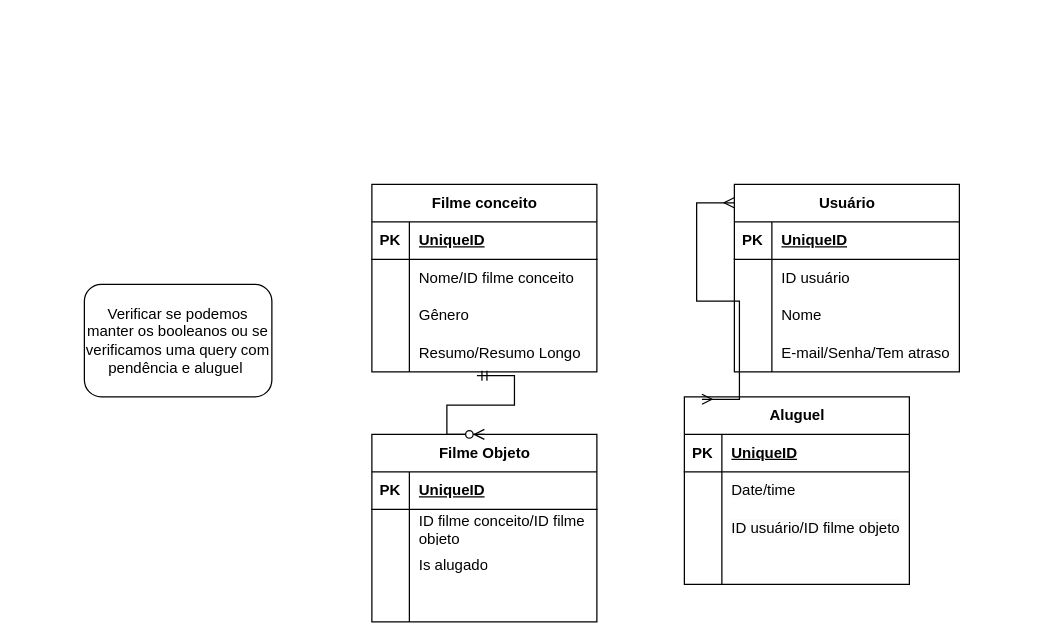
The draw.io diagram Locadora.drawio in bernardobrack/ada-projeto-locadora-de-filmes, before the edit. Source tidied: cells renumbered, new cells numbered last; positions are measured from the earlier drawing's top-left corner, leaving out a move shared by most shapes. Both pictures are drawn from the tidied source at 125%, with x=0, y=0 at pixel (84, 184).
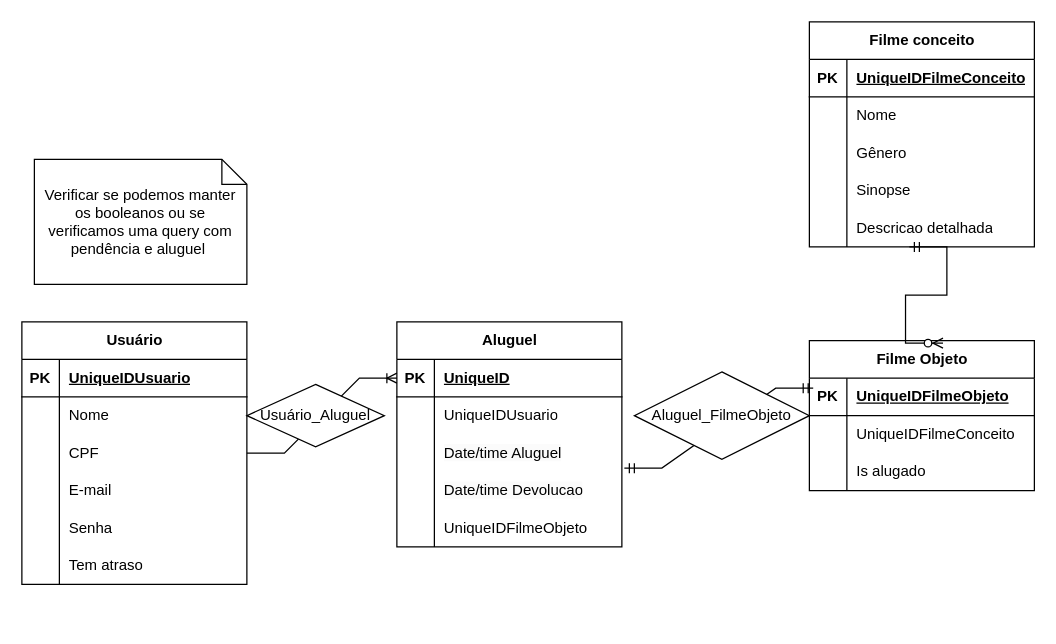
Above is the later version.

The change refers to these unchanged cells:
```xml
<mxCell id="3" style="shape=tableRow;horizontal=0;startSize=0;swimlaneHead=0;swimlaneBody=0;fillColor=none;top=0;left=0;right=0;bottom=1;" parent="2" vertex="1">
  <mxGeometry y="30" width="180" height="30" as="geometry" />
</mxCell>
<mxCell id="6" style="shape=tableRow;horizontal=0;startSize=0;swimlaneHead=0;swimlaneBody=0;fillColor=none;top=0;left=0;right=0;bottom=0;" parent="2" vertex="1">
  <mxGeometry y="60" width="180" height="30" as="geometry" />
</mxCell>
<mxCell id="12" style="shape=tableRow;horizontal=0;startSize=0;swimlaneHead=0;swimlaneBody=0;fillColor=none;points=[[0,0.5],[1,0.5]];portConstraint=eastwest;top=0;left=0;right=0;bottom=0;" parent="2" vertex="1">
  <mxGeometry y="120" width="180" height="30" as="geometry" />
</mxCell>
<mxCell id="16" style="shape=tableRow;horizontal=0;startSize=0;swimlaneHead=0;swimlaneBody=0;fillColor=none;points=[[0,0.5],[1,0.5]];portConstraint=eastwest;top=0;left=0;right=0;bottom=1;" parent="15" vertex="1">
  <mxGeometry y="30" width="180" height="30" as="geometry" />
</mxCell>
<mxCell id="29" style="shape=tableRow;horizontal=0;startSize=0;swimlaneHead=0;swimlaneBody=0;fillColor=none;top=0;left=0;right=0;bottom=1;" parent="28" vertex="1">
  <mxGeometry y="30" width="180" height="30" as="geometry" />
</mxCell>
<mxCell id="38" style="shape=tableRow;horizontal=0;startSize=0;swimlaneHead=0;swimlaneBody=0;fillColor=none;top=0;left=0;right=0;bottom=0;" parent="28" vertex="1">
  <mxGeometry y="120" width="180" height="30" as="geometry" />
</mxCell>
<mxCell id="43" style="shape=tableRow;horizontal=0;startSize=0;swimlaneHead=0;swimlaneBody=0;fillColor=none;points=[[0,0.5],[1,0.5]];portConstraint=eastwest;top=0;left=0;right=0;bottom=1;" parent="42" vertex="1">
  <mxGeometry y="30" width="180" height="30" as="geometry" />
</mxCell>
```

Change to the diagram source:
```diff
@@
     <mxCell id="2" value="Filme conceito" style="shape=table;startSize=30;childLayout=tableLayout;rowLines=0;fontStyle=1;align=center;html=1;" parent="1" vertex="1">
-      <mxGeometry x="230" width="180" height="150" as="geometry" />
+      <mxGeometry x="580" y="-130" width="180" height="180" as="geometry" />
     </mxCell>
@@
-    <mxCell id="5" value="UniqueID" style="shape=partialRectangle;fillColor=none;top=0;left=0;bottom=0;right=0;align=left;spacingLeft=6;fontStyle=5;overflow=hidden;whiteSpace=wrap;html=1;" parent="3" vertex="1">
+    <mxCell id="5" value="UniqueIDFilmeConceito" style="shape=partialRectangle;fillColor=none;top=0;left=0;bottom=0;right=0;align=left;spacingLeft=6;fontStyle=5;overflow=hidden;whiteSpace=wrap;html=1;" parent="3" vertex="1">
       <mxGeometry x="30" width="150" height="30" as="geometry" />
     </mxCell>
@@
-    <mxCell id="8" value="Nome/ID filme conceito" style="shape=partialRectangle;fillColor=none;top=0;left=0;bottom=0;right=0;align=left;spacingLeft=6;overflow=hidden;whiteSpace=wrap;html=1;" parent="6" vertex="1">
+    <mxCell id="8" value="Nome" style="shape=partialRectangle;fillColor=none;top=0;left=0;bottom=0;right=0;align=left;spacingLeft=6;overflow=hidden;whiteSpace=wrap;html=1;" parent="6" vertex="1">
       <mxGeometry x="30" width="150" height="30" as="geometry" />
     </mxCell>
@@
-    <mxCell id="14" value="Resumo/Resumo Longo" style="shape=partialRectangle;fillColor=none;top=0;left=0;bottom=0;right=0;align=left;spacingLeft=6;overflow=hidden;whiteSpace=wrap;html=1;" parent="12" vertex="1">
+    <mxCell id="14" value="Sinopse" style="shape=partialRectangle;fillColor=none;top=0;left=0;bottom=0;right=0;align=left;spacingLeft=6;overflow=hidden;whiteSpace=wrap;html=1;" parent="12" vertex="1">
       <mxGeometry x="30" width="150" height="30" as="geometry" />
     </mxCell>
+    <mxCell id="57" style="shape=tableRow;horizontal=0;startSize=0;swimlaneHead=0;swimlaneBody=0;fillColor=none;top=0;left=0;right=0;bottom=0;" parent="2" vertex="1">
+      <mxGeometry y="150" width="180" height="30" as="geometry" />
+    </mxCell>
+    <mxCell id="58" style="shape=partialRectangle;fillColor=none;top=0;left=0;bottom=0;right=0;overflow=hidden;whiteSpace=wrap;html=1;" parent="57" vertex="1">
+      <mxGeometry width="30" height="30" as="geometry" />
+    </mxCell>
+    <mxCell id="59" value="Descricao detalhada" style="shape=partialRectangle;fillColor=none;top=0;left=0;bottom=0;right=0;align=left;spacingLeft=6;overflow=hidden;whiteSpace=wrap;html=1;" parent="57" vertex="1">
+      <mxGeometry x="30" width="150" height="30" as="geometry" />
+    </mxCell>
     <mxCell id="15" value="Aluguel" style="shape=table;startSize=30;childLayout=tableLayout;rowLines=0;fontStyle=1;align=center;html=1;" parent="1" vertex="1">
-      <mxGeometry x="480" y="170" width="180" height="150" as="geometry" />
+      <mxGeometry x="250" y="110" width="180" height="180" as="geometry" />
     </mxCell>
@@
+    <mxCell id="22" style="shape=tableRow;horizontal=0;startSize=0;swimlaneHead=0;swimlaneBody=0;fillColor=none;top=0;left=0;right=0;bottom=0;" parent="15" vertex="1">
+      <mxGeometry y="60" width="180" height="30" as="geometry" />
+    </mxCell>
+    <mxCell id="23" style="shape=partialRectangle;fillColor=none;top=0;left=0;bottom=0;right=0;overflow=hidden;whiteSpace=wrap;html=1;" parent="22" vertex="1">
+      <mxGeometry width="30" height="30" as="geometry" />
+    </mxCell>
+    <mxCell id="24" value="UniqueIDUsuario" style="shape=partialRectangle;fillColor=none;top=0;left=0;bottom=0;right=0;align=left;spacingLeft=6;overflow=hidden;whiteSpace=wrap;html=1;" parent="22" vertex="1">
+      <mxGeometry x="30" width="150" height="30" as="geometry" />
+    </mxCell>
     <mxCell id="19" style="shape=tableRow;horizontal=0;startSize=0;swimlaneHead=0;swimlaneBody=0;fillColor=none;points=[[0,0.5],[1,0.5]];portConstraint=eastwest;top=0;left=0;right=0;bottom=0;" parent="15" vertex="1">
-      <mxGeometry y="60" width="180" height="30" as="geometry" />
+      <mxGeometry y="90" width="180" height="30" as="geometry" />
     </mxCell>
@@
-    <mxCell id="21" value="&lt;span style=&quot;color: rgb(0, 0, 0); font-family: Helvetica; font-size: 12px; font-style: normal; font-variant-ligatures: normal; font-variant-caps: normal; font-weight: 400; letter-spacing: normal; orphans: 2; text-align: left; text-indent: 0px; text-transform: none; widows: 2; word-spacing: 0px; -webkit-text-stroke-width: 0px; white-space: normal; background-color: rgb(251, 251, 251); text-decoration-thickness: initial; text-decoration-style: initial; text-decoration-color: initial; display: inline !important; float: none;&quot;&gt;Date/time&lt;/span&gt;" style="shape=partialRectangle;fillColor=none;top=0;left=0;bottom=0;right=0;align=left;spacingLeft=6;overflow=hidden;whiteSpace=wrap;html=1;" parent="19" vertex="1">
+    <mxCell id="21" value="&lt;span style=&quot;color: rgb(0, 0, 0); font-family: Helvetica; font-size: 12px; font-style: normal; font-variant-ligatures: normal; font-variant-caps: normal; font-weight: 400; letter-spacing: normal; orphans: 2; text-align: left; text-indent: 0px; text-transform: none; widows: 2; word-spacing: 0px; -webkit-text-stroke-width: 0px; white-space: normal; background-color: rgb(251, 251, 251); text-decoration-thickness: initial; text-decoration-style: initial; text-decoration-color: initial; display: inline !important; float: none;&quot;&gt;Date/time Aluguel&lt;/span&gt;" style="shape=partialRectangle;fillColor=none;top=0;left=0;bottom=0;right=0;align=left;spacingLeft=6;overflow=hidden;whiteSpace=wrap;html=1;" parent="19" vertex="1">
       <mxGeometry x="30" width="150" height="30" as="geometry" />
     </mxCell>
-    <mxCell id="22" style="shape=tableRow;horizontal=0;startSize=0;swimlaneHead=0;swimlaneBody=0;fillColor=none;top=0;left=0;right=0;bottom=0;" parent="15" vertex="1">
-      <mxGeometry y="90" width="180" height="30" as="geometry" />
-    </mxCell>
-    <mxCell id="23" style="shape=partialRectangle;fillColor=none;top=0;left=0;bottom=0;right=0;overflow=hidden;whiteSpace=wrap;html=1;" parent="22" vertex="1">
-      <mxGeometry width="30" height="30" as="geometry" />
-    </mxCell>
-    <mxCell id="24" value="&lt;span style=&quot;color: rgb(0, 0, 0); font-family: Helvetica; font-size: 12px; font-style: normal; font-variant-ligatures: normal; font-variant-caps: normal; font-weight: 400; letter-spacing: normal; orphans: 2; text-align: left; text-indent: 0px; text-transform: none; widows: 2; word-spacing: 0px; -webkit-text-stroke-width: 0px; white-space: normal; background-color: rgb(251, 251, 251); text-decoration-thickness: initial; text-decoration-style: initial; text-decoration-color: initial; display: inline !important; float: none;&quot;&gt;ID usuário/ID filme objeto&lt;/span&gt;" style="shape=partialRectangle;fillColor=none;top=0;left=0;bottom=0;right=0;align=left;spacingLeft=6;overflow=hidden;whiteSpace=wrap;html=1;" parent="22" vertex="1">
-      <mxGeometry x="30" width="150" height="30" as="geometry" />
-    </mxCell>
+    <mxCell id="60" style="shape=tableRow;horizontal=0;startSize=0;swimlaneHead=0;swimlaneBody=0;fillColor=none;top=0;left=0;right=0;bottom=0;" parent="15" vertex="1">
+      <mxGeometry y="120" width="180" height="30" as="geometry" />
+    </mxCell>
+    <mxCell id="61" style="shape=partialRectangle;fillColor=none;top=0;left=0;bottom=0;right=0;overflow=hidden;whiteSpace=wrap;html=1;" parent="60" vertex="1">
+      <mxGeometry width="30" height="30" as="geometry" />
+    </mxCell>
+    <mxCell id="62" value="&lt;span style=&quot;color: rgb(0, 0, 0); font-family: Helvetica; font-size: 12px; font-style: normal; font-variant-ligatures: normal; font-variant-caps: normal; font-weight: 400; letter-spacing: normal; orphans: 2; text-align: left; text-indent: 0px; text-transform: none; widows: 2; word-spacing: 0px; -webkit-text-stroke-width: 0px; white-space: normal; background-color: rgb(251, 251, 251); text-decoration-thickness: initial; text-decoration-style: initial; text-decoration-color: initial; display: inline !important; float: none;&quot;&gt;Date/time Devolucao&lt;/span&gt;" style="shape=partialRectangle;fillColor=none;top=0;left=0;bottom=0;right=0;align=left;spacingLeft=6;overflow=hidden;whiteSpace=wrap;html=1;" parent="60" vertex="1">
+      <mxGeometry x="30" width="150" height="30" as="geometry" />
+    </mxCell>
     <mxCell id="25" style="shape=tableRow;horizontal=0;startSize=0;swimlaneHead=0;swimlaneBody=0;fillColor=none;top=0;left=0;right=0;bottom=0;" parent="15" vertex="1">
-      <mxGeometry y="120" width="180" height="30" as="geometry" />
+      <mxGeometry y="150" width="180" height="30" as="geometry" />
     </mxCell>
@@
-    <mxCell id="27" style="shape=partialRectangle;fillColor=none;top=0;left=0;bottom=0;right=0;align=left;spacingLeft=6;overflow=hidden;whiteSpace=wrap;html=1;" parent="25" vertex="1">
+    <mxCell id="27" value="UniqueIDFilmeObjeto" style="shape=partialRectangle;fillColor=none;top=0;left=0;bottom=0;right=0;align=left;spacingLeft=6;overflow=hidden;whiteSpace=wrap;html=1;" parent="25" vertex="1">
       <mxGeometry x="30" width="150" height="30" as="geometry" />
     </mxCell>
     <mxCell id="28" value="Usuário" style="shape=table;startSize=30;childLayout=tableLayout;rowLines=0;fontStyle=1;align=center;html=1;" parent="1" vertex="1">
-      <mxGeometry x="520" width="180" height="150" as="geometry" />
+      <mxGeometry x="-50" y="110" width="180" height="210" as="geometry" />
     </mxCell>
@@
-    <mxCell id="31" value="UniqueID" style="shape=partialRectangle;fillColor=none;top=0;left=0;bottom=0;right=0;align=left;spacingLeft=6;fontStyle=5;overflow=hidden;whiteSpace=wrap;html=1;" parent="29" vertex="1">
+    <mxCell id="31" value="UniqueIDUsuario" style="shape=partialRectangle;fillColor=none;top=0;left=0;bottom=0;right=0;align=left;spacingLeft=6;fontStyle=5;overflow=hidden;whiteSpace=wrap;html=1;" parent="29" vertex="1">
       <mxGeometry x="30" width="150" height="30" as="geometry" />
     </mxCell>
-    <mxCell id="32" style="shape=tableRow;horizontal=0;startSize=0;swimlaneHead=0;swimlaneBody=0;fillColor=none;top=0;left=0;right=0;bottom=0;" parent="28" vertex="1">
-      <mxGeometry y="60" width="180" height="30" as="geometry" />
-    </mxCell>
-    <mxCell id="33" style="shape=partialRectangle;fillColor=none;top=0;left=0;bottom=0;right=0;overflow=hidden;whiteSpace=wrap;html=1;" parent="32" vertex="1">
-      <mxGeometry width="30" height="30" as="geometry" />
-    </mxCell>
-    <mxCell id="34" value="ID usuário" style="shape=partialRectangle;fillColor=none;top=0;left=0;bottom=0;right=0;align=left;spacingLeft=6;overflow=hidden;whiteSpace=wrap;html=1;" parent="32" vertex="1">
-      <mxGeometry x="30" width="150" height="30" as="geometry" />
-    </mxCell>
     <mxCell id="35" style="shape=tableRow;horizontal=0;startSize=0;swimlaneHead=0;swimlaneBody=0;fillColor=none;top=0;left=0;right=0;bottom=0;" parent="28" vertex="1">
-      <mxGeometry y="90" width="180" height="30" as="geometry" />
+      <mxGeometry y="60" width="180" height="30" as="geometry" />
     </mxCell>
@@
+    <mxCell id="63" style="shape=tableRow;horizontal=0;startSize=0;swimlaneHead=0;swimlaneBody=0;fillColor=none;points=[[0,0.5],[1,0.5]];portConstraint=eastwest;top=0;left=0;right=0;bottom=0;" parent="28" vertex="1">
+      <mxGeometry y="90" width="180" height="30" as="geometry" />
+    </mxCell>
+    <mxCell id="64" style="shape=partialRectangle;fillColor=none;top=0;left=0;bottom=0;right=0;overflow=hidden;whiteSpace=wrap;html=1;" parent="63" vertex="1">
+      <mxGeometry width="30" height="30" as="geometry" />
+    </mxCell>
+    <mxCell id="65" value="CPF" style="shape=partialRectangle;fillColor=none;top=0;left=0;bottom=0;right=0;align=left;spacingLeft=6;overflow=hidden;whiteSpace=wrap;html=1;" parent="63" vertex="1">
+      <mxGeometry x="30" width="150" height="30" as="geometry" />
+    </mxCell>
@@
-    <mxCell id="40" value="E-mail/Senha/Tem atraso" style="shape=partialRectangle;fillColor=none;top=0;left=0;bottom=0;right=0;align=left;spacingLeft=6;overflow=hidden;whiteSpace=wrap;html=1;" parent="38" vertex="1">
+    <mxCell id="40" value="E-mail" style="shape=partialRectangle;fillColor=none;top=0;left=0;bottom=0;right=0;align=left;spacingLeft=6;overflow=hidden;whiteSpace=wrap;html=1;" parent="38" vertex="1">
       <mxGeometry x="30" width="150" height="30" as="geometry" />
     </mxCell>
-    <mxCell id="41" style="edgeStyle=entityRelationEdgeStyle;fontSize=12;html=1;endArrow=ERmany;startArrow=ERmany;rounded=0;entryX=-0.001;entryY=0.098;entryDx=0;entryDy=0;entryPerimeter=0;exitX=0.078;exitY=0.013;exitDx=0;exitDy=0;exitPerimeter=0;" parent="1" edge="1" source="15" target="28">
-      <mxGeometry relative="1" as="geometry">
-        <Array as="points">
-          <mxPoint x="500" y="130" />
-          <mxPoint x="494" y="130" />
-        </Array>
-      </mxGeometry>
-    </mxCell>
+    <mxCell id="66" style="shape=tableRow;horizontal=0;startSize=0;swimlaneHead=0;swimlaneBody=0;fillColor=none;top=0;left=0;right=0;bottom=0;" parent="28" vertex="1">
+      <mxGeometry y="150" width="180" height="30" as="geometry" />
+    </mxCell>
+    <mxCell id="67" style="shape=partialRectangle;fillColor=none;top=0;left=0;bottom=0;right=0;overflow=hidden;whiteSpace=wrap;html=1;" parent="66" vertex="1">
+      <mxGeometry width="30" height="30" as="geometry" />
+    </mxCell>
+    <mxCell id="68" value="Senha" style="shape=partialRectangle;fillColor=none;top=0;left=0;bottom=0;right=0;align=left;spacingLeft=6;overflow=hidden;whiteSpace=wrap;html=1;" parent="66" vertex="1">
+      <mxGeometry x="30" width="150" height="30" as="geometry" />
+    </mxCell>
+    <mxCell id="69" style="shape=tableRow;horizontal=0;startSize=0;swimlaneHead=0;swimlaneBody=0;fillColor=none;top=0;left=0;right=0;bottom=0;" parent="28" vertex="1">
+      <mxGeometry y="180" width="180" height="30" as="geometry" />
+    </mxCell>
+    <mxCell id="70" style="shape=partialRectangle;fillColor=none;top=0;left=0;bottom=0;right=0;overflow=hidden;whiteSpace=wrap;html=1;" parent="69" vertex="1">
+      <mxGeometry width="30" height="30" as="geometry" />
+    </mxCell>
+    <mxCell id="71" value="Tem atraso" style="shape=partialRectangle;fillColor=none;top=0;left=0;bottom=0;right=0;align=left;spacingLeft=6;overflow=hidden;whiteSpace=wrap;html=1;" parent="69" vertex="1">
+      <mxGeometry x="30" width="150" height="30" as="geometry" />
+    </mxCell>
     <mxCell id="42" value="Filme Objeto" style="shape=table;startSize=30;childLayout=tableLayout;rowLines=0;fontStyle=1;align=center;html=1;" parent="1" vertex="1">
-      <mxGeometry x="230" y="200" width="180" height="150" as="geometry" />
+      <mxGeometry x="580" y="125" width="180" height="120" as="geometry" />
     </mxCell>
@@
-    <mxCell id="45" value="UniqueID" style="shape=partialRectangle;fillColor=none;top=0;left=0;bottom=0;right=0;align=left;spacingLeft=6;fontStyle=5;overflow=hidden;whiteSpace=wrap;html=1;" parent="43" vertex="1">
+    <mxCell id="45" value="UniqueIDFilmeObjeto" style="shape=partialRectangle;fillColor=none;top=0;left=0;bottom=0;right=0;align=left;spacingLeft=6;fontStyle=5;overflow=hidden;whiteSpace=wrap;html=1;" parent="43" vertex="1">
       <mxGeometry x="30" width="150" height="30" as="geometry" />
     </mxCell>
-    <mxCell id="46" style="shape=tableRow;horizontal=0;startSize=0;swimlaneHead=0;swimlaneBody=0;fillColor=none;top=0;left=0;right=0;bottom=0;" parent="42" vertex="1">
-      <mxGeometry y="60" width="180" height="30" as="geometry" />
-    </mxCell>
-    <mxCell id="47" style="shape=partialRectangle;fillColor=none;top=0;left=0;bottom=0;right=0;overflow=hidden;whiteSpace=wrap;html=1;" parent="46" vertex="1">
-      <mxGeometry width="30" height="30" as="geometry" />
-    </mxCell>
-    <mxCell id="48" value="ID filme conceito/ID filme objeto" style="shape=partialRectangle;fillColor=none;top=0;left=0;bottom=0;right=0;align=left;spacingLeft=6;overflow=hidden;whiteSpace=wrap;html=1;" parent="46" vertex="1">
-      <mxGeometry x="30" width="150" height="30" as="geometry" />
-    </mxCell>
+    <mxCell id="52" style="shape=tableRow;horizontal=0;startSize=0;swimlaneHead=0;swimlaneBody=0;fillColor=none;top=0;left=0;right=0;bottom=0;" parent="42" vertex="1">
+      <mxGeometry y="60" width="180" height="30" as="geometry" />
+    </mxCell>
+    <mxCell id="53" style="shape=partialRectangle;fillColor=none;top=0;left=0;bottom=0;right=0;overflow=hidden;whiteSpace=wrap;html=1;" parent="52" vertex="1">
+      <mxGeometry width="30" height="30" as="geometry" />
+    </mxCell>
+    <mxCell id="54" value="UniqueIDFilmeConceito" style="shape=partialRectangle;fillColor=none;top=0;left=0;bottom=0;right=0;align=left;spacingLeft=6;overflow=hidden;whiteSpace=wrap;html=1;" parent="52" vertex="1">
+      <mxGeometry x="30" width="150" height="30" as="geometry" />
+    </mxCell>
@@
-    <mxCell id="52" style="shape=tableRow;horizontal=0;startSize=0;swimlaneHead=0;swimlaneBody=0;fillColor=none;top=0;left=0;right=0;bottom=0;" parent="42" vertex="1">
-      <mxGeometry y="120" width="180" height="30" as="geometry" />
-    </mxCell>
-    <mxCell id="53" style="shape=partialRectangle;fillColor=none;top=0;left=0;bottom=0;right=0;overflow=hidden;whiteSpace=wrap;html=1;" parent="52" vertex="1">
-      <mxGeometry width="30" height="30" as="geometry" />
-    </mxCell>
-    <mxCell id="54" style="shape=partialRectangle;fillColor=none;top=0;left=0;bottom=0;right=0;align=left;spacingLeft=6;overflow=hidden;whiteSpace=wrap;html=1;" parent="52" vertex="1">
-      <mxGeometry x="30" width="150" height="30" as="geometry" />
-    </mxCell>
-    <mxCell id="55" style="edgeStyle=entityRelationEdgeStyle;fontSize=12;html=1;endArrow=ERzeroToMany;startArrow=ERmandOne;rounded=0;exitX=0.467;exitY=1.1;exitDx=0;exitDy=0;exitPerimeter=0;entryX=0.5;entryY=0;entryDx=0;entryDy=0;" parent="1" edge="1" source="12" target="42">
-      <mxGeometry relative="1" as="geometry" />
-    </mxCell>
+    <mxCell id="72" style="edgeStyle=entityRelationEdgeStyle;fontSize=12;html=1;endArrow=ERoneToMany;rounded=0;exitX=1;exitY=0.5;exitDx=0;exitDy=0;entryX=0;entryY=0.5;entryDx=0;entryDy=0;" parent="1" edge="1" source="63" target="16">
+      <mxGeometry relative="1" as="geometry" />
+    </mxCell>
+    <mxCell id="73" value="Usuário_Aluguel" style="shape=rhombus;perimeter=rhombusPerimeter;whiteSpace=wrap;html=1;align=center;" parent="1" vertex="1">
+      <mxGeometry x="130" y="160" width="110" height="50" as="geometry" />
+    </mxCell>
+    <mxCell id="74" style="edgeStyle=entityRelationEdgeStyle;fontSize=12;html=1;endArrow=ERmandOne;startArrow=ERmandOne;rounded=0;entryX=0.017;entryY=0.267;entryDx=0;entryDy=0;entryPerimeter=0;exitX=1.011;exitY=0.9;exitDx=0;exitDy=0;exitPerimeter=0;" parent="1" edge="1" source="19" target="43">
+      <mxGeometry relative="1" as="geometry" />
+    </mxCell>
+    <mxCell id="75" value="Aluguel_FilmeObjeto" style="shape=rhombus;perimeter=rhombusPerimeter;whiteSpace=wrap;html=1;align=center;" parent="1" vertex="1">
+      <mxGeometry x="440" y="150" width="140" height="70" as="geometry" />
+    </mxCell>
+    <mxCell id="76" style="edgeStyle=entityRelationEdgeStyle;fontSize=12;html=1;endArrow=ERzeroToMany;startArrow=ERmandOne;rounded=0;entryX=0.594;entryY=0.017;entryDx=0;entryDy=0;entryPerimeter=0;" parent="1" edge="1" target="42">
+      <mxGeometry relative="1" as="geometry">
+        <mxPoint x="660" y="50" as="sourcePoint" />
+        <Array as="points">
+          <mxPoint x="660" y="90" />
+          <mxPoint x="660" y="70" />
+          <mxPoint x="640" y="80" />
+          <mxPoint x="690" y="110" />
+        </Array>
+      </mxGeometry>
+    </mxCell>
-    <mxCell id="56" value="Verificar se podemos manter os booleanos ou se verificamos uma query com pendência e aluguel&amp;nbsp;" style="rounded=1;whiteSpace=wrap;html=1;" parent="1" vertex="1">
-      <mxGeometry y="80" width="150" height="90" as="geometry" />
+    <mxCell id="56" value="Verificar se podemos manter os booleanos ou se verificamos uma query com pendência e aluguel&amp;nbsp;" style="shape=note;size=20;whiteSpace=wrap;html=1;" parent="1" vertex="1">
+      <mxGeometry x="-40" y="-20" width="170" height="100" as="geometry" />
     </mxCell>
```
